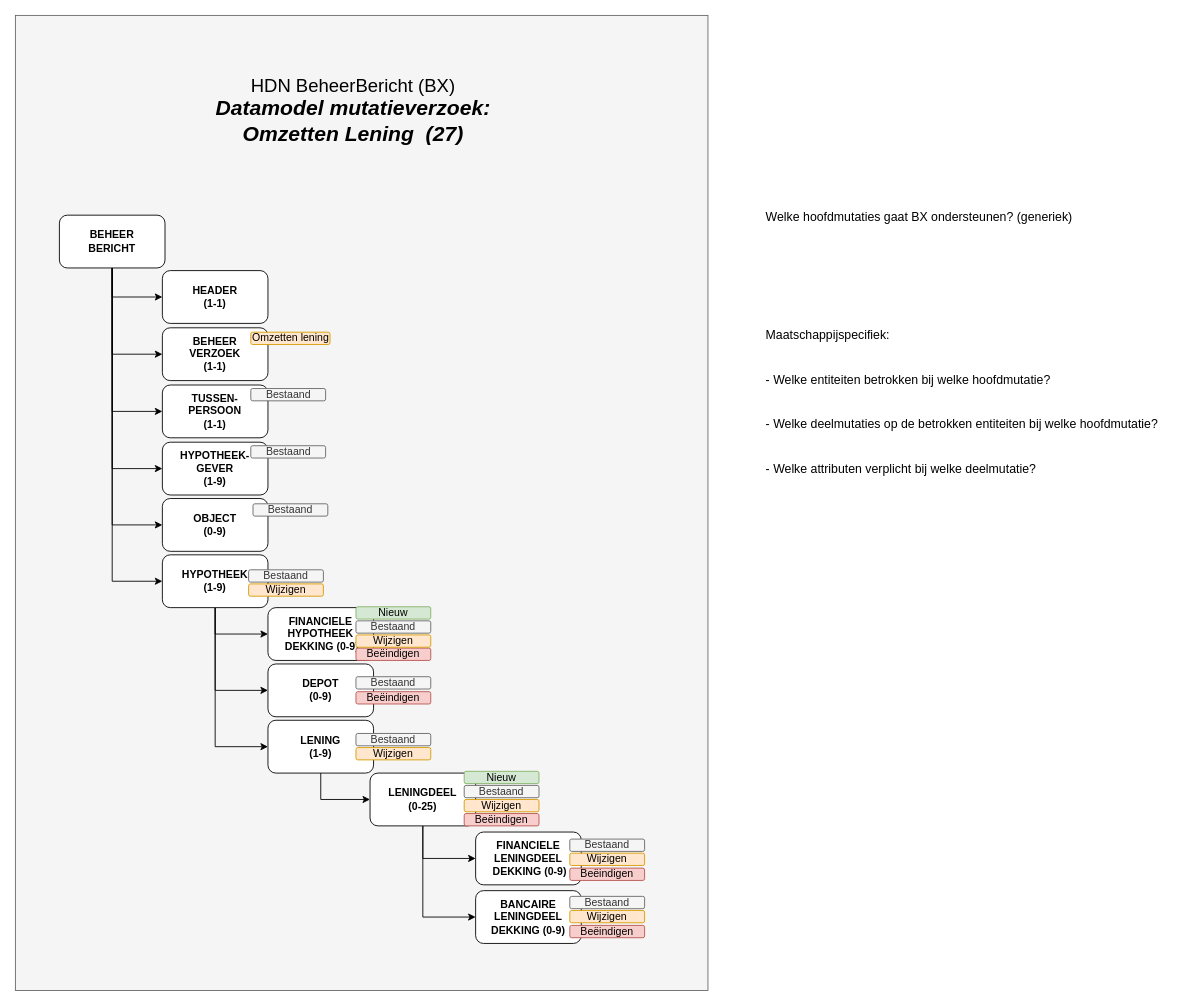
Earlier version of the draw.io diagram page "BX Entiteiten - Datamodel OL" (1 of 5) of HDN_BX_MM_OmzettenLening.drawio (luchthandel/diagrams). Source tidied: cells renumbered, new cells numbered last; positions are measured from the earlier drawing's top-left corner, leaving out a move shared by most shapes. Both pictures are drawn from the tidied source at 88%, with x=0, y=0 at pixel (15, 15).
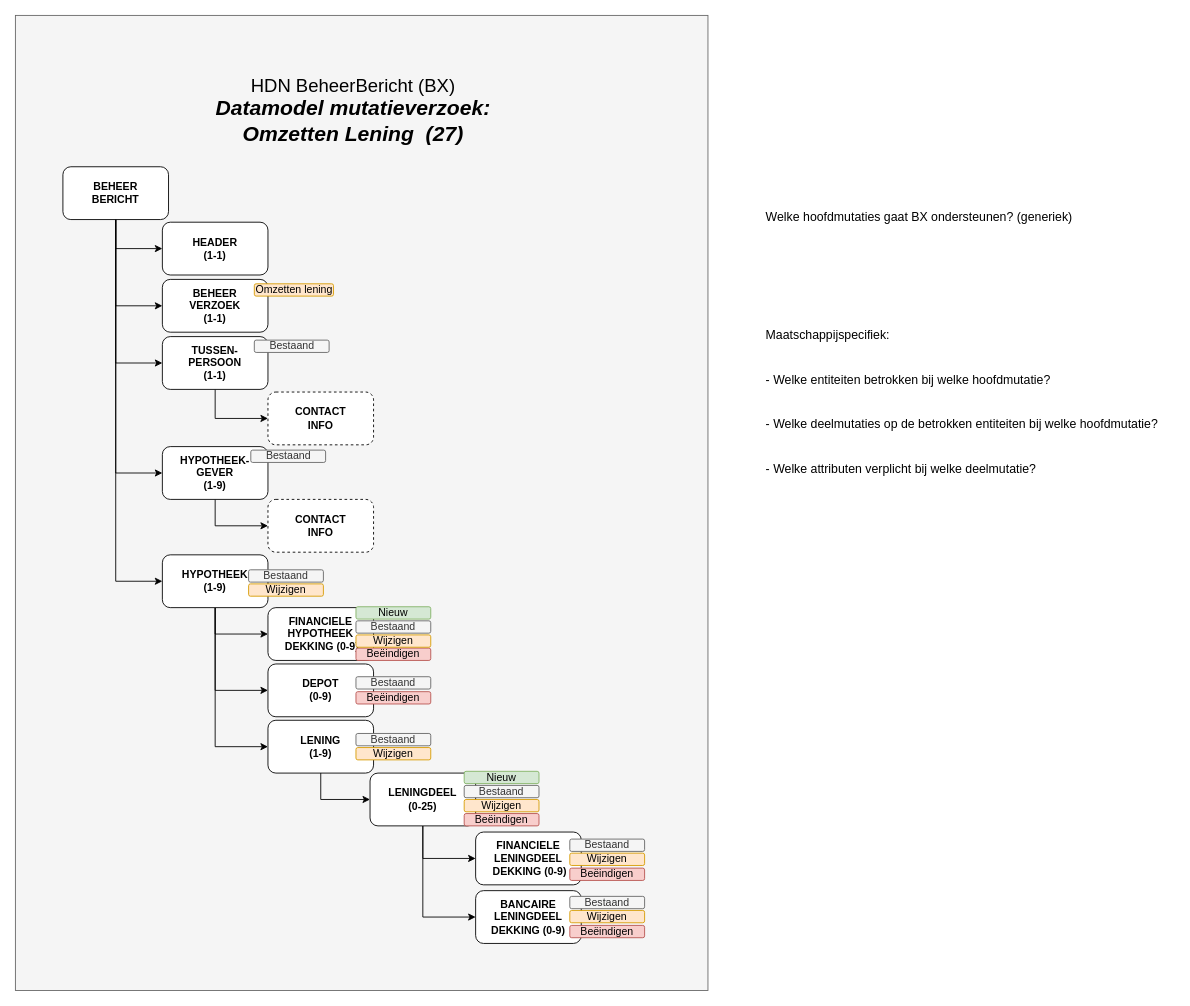
Above is the later version.

Change to the diagram source:
```diff
@@
+    <mxCell id="54" style="edgeStyle=orthogonalEdgeStyle;rounded=0;jettySize=auto;html=1;exitX=0.5;exitY=1;exitDx=0;exitDy=0;entryX=0;entryY=0.5;entryDx=0;entryDy=0;" parent="1" edge="1" source="10" target="56">
+      <mxGeometry relative="1" as="geometry" />
+    </mxCell>
     <mxCell id="10" value="HYPOTHEEK-&lt;br&gt;GEVER&lt;br&gt;(1-9)" style="rounded=1;whiteSpace=wrap;html=1;fontStyle=1;" parent="1" vertex="1">
-      <mxGeometry x="167" y="485" width="120" height="60" as="geometry" />
+      <mxGeometry x="167" y="490" width="120" height="60" as="geometry" />
     </mxCell>
@@
-    <mxCell id="16" style="edgeStyle=orthogonalEdgeStyle;rounded=0;jettySize=auto;html=1;exitX=0.5;exitY=1;exitDx=0;exitDy=0;entryX=0;entryY=0.5;entryDx=0;entryDy=0;fontSize=10;" parent="1" edge="1" source="17" target="44">
-      <mxGeometry relative="1" as="geometry" />
-    </mxCell>
     <mxCell id="17" value="BEHEER&lt;br&gt;BERICHT" style="rounded=1;whiteSpace=wrap;html=1;fontStyle=1;" parent="1" vertex="1">
-      <mxGeometry x="50" y="227" width="120" height="60" as="geometry" />
+      <mxGeometry x="54" y="172" width="120" height="60" as="geometry" />
     </mxCell>
     <mxCell id="18" value="BEHEER&lt;br&gt;VERZOEK&lt;br&gt;(1-1)" style="rounded=1;whiteSpace=wrap;html=1;fontStyle=1;" parent="1" vertex="1">
-      <mxGeometry x="167" y="355" width="120" height="60" as="geometry" />
+      <mxGeometry x="167" y="300" width="120" height="60" as="geometry" />
     </mxCell>
     <mxCell id="19" value="HEADER&lt;br&gt;(1-1)" style="rounded=1;whiteSpace=wrap;html=1;fontStyle=1;" parent="1" vertex="1">
-      <mxGeometry x="167" y="290" width="120" height="60" as="geometry" />
+      <mxGeometry x="167" y="235" width="120" height="60" as="geometry" />
     </mxCell>
+    <mxCell id="55" style="edgeStyle=orthogonalEdgeStyle;rounded=0;jettySize=auto;html=1;exitX=0.5;exitY=1;exitDx=0;exitDy=0;entryX=0;entryY=0.5;entryDx=0;entryDy=0;" parent="1" edge="1" source="20" target="57">
+      <mxGeometry relative="1" as="geometry" />
+    </mxCell>
     <mxCell id="20" value="TUSSEN-&lt;br&gt;PERSOON&lt;br&gt;(1-1)" style="rounded=1;whiteSpace=wrap;html=1;fontStyle=1;" parent="1" vertex="1">
-      <mxGeometry x="167" y="420" width="120" height="60" as="geometry" />
+      <mxGeometry x="167" y="365" width="120" height="60" as="geometry" />
     </mxCell>
@@
     <mxCell id="27" value="&lt;span style=&quot;font-weight: 400&quot;&gt;Bestaand&lt;/span&gt;" style="rounded=1;whiteSpace=wrap;html=1;fontStyle=1;fillColor=#f5f5f5;strokeColor=#666666;fontColor=#333333;" parent="1" vertex="1">
-      <mxGeometry x="267.5" y="424" width="85" height="14" as="geometry" />
+      <mxGeometry x="271.5" y="369" width="85" height="14" as="geometry" />
     </mxCell>
     <mxCell id="28" value="&lt;span style=&quot;font-weight: 400&quot;&gt;Bestaand&lt;/span&gt;" style="rounded=1;whiteSpace=wrap;html=1;fontStyle=1;fillColor=#f5f5f5;strokeColor=#666666;fontColor=#333333;" parent="1" vertex="1">
-      <mxGeometry x="267.5" y="489" width="85" height="14" as="geometry" />
+      <mxGeometry x="267.5" y="494" width="85" height="14" as="geometry" />
     </mxCell>
@@
     <mxCell id="43" value="&lt;span style=&quot;font-weight: 400&quot;&gt;Omzetten lening&lt;/span&gt;" style="rounded=1;whiteSpace=wrap;html=1;fontStyle=1;fillColor=#ffe6cc;strokeColor=#d79b00;" parent="1" vertex="1">
-      <mxGeometry x="267.5" y="360" width="90" height="14" as="geometry" />
+      <mxGeometry x="271.5" y="305" width="90" height="14" as="geometry" />
     </mxCell>
-    <mxCell id="44" value="OBJECT&lt;br&gt;(0-9)" style="rounded=1;whiteSpace=wrap;html=1;fontStyle=1;" parent="1" vertex="1">
-      <mxGeometry x="167" y="549" width="120" height="60" as="geometry" />
-    </mxCell>
-    <mxCell id="45" value="&lt;span style=&quot;font-weight: 400&quot;&gt;Bestaand&lt;/span&gt;" style="rounded=1;whiteSpace=wrap;html=1;fontStyle=1;fillColor=#f5f5f5;strokeColor=#666666;fontColor=#333333;" parent="1" vertex="1">
-      <mxGeometry x="270" y="555" width="85" height="14" as="geometry" />
-    </mxCell>
@@
+    <mxCell id="56" value="CONTACT&lt;br&gt;INFO" style="rounded=1;whiteSpace=wrap;html=1;fontStyle=1;dashed=1;" parent="1" vertex="1">
+      <mxGeometry x="287" y="550" width="120" height="60" as="geometry" />
+    </mxCell>
+    <mxCell id="57" value="CONTACT&lt;br&gt;INFO" style="rounded=1;whiteSpace=wrap;html=1;fontStyle=1;dashed=1;" parent="1" vertex="1">
+      <mxGeometry x="287" y="428" width="120" height="60" as="geometry" />
+    </mxCell>
```
